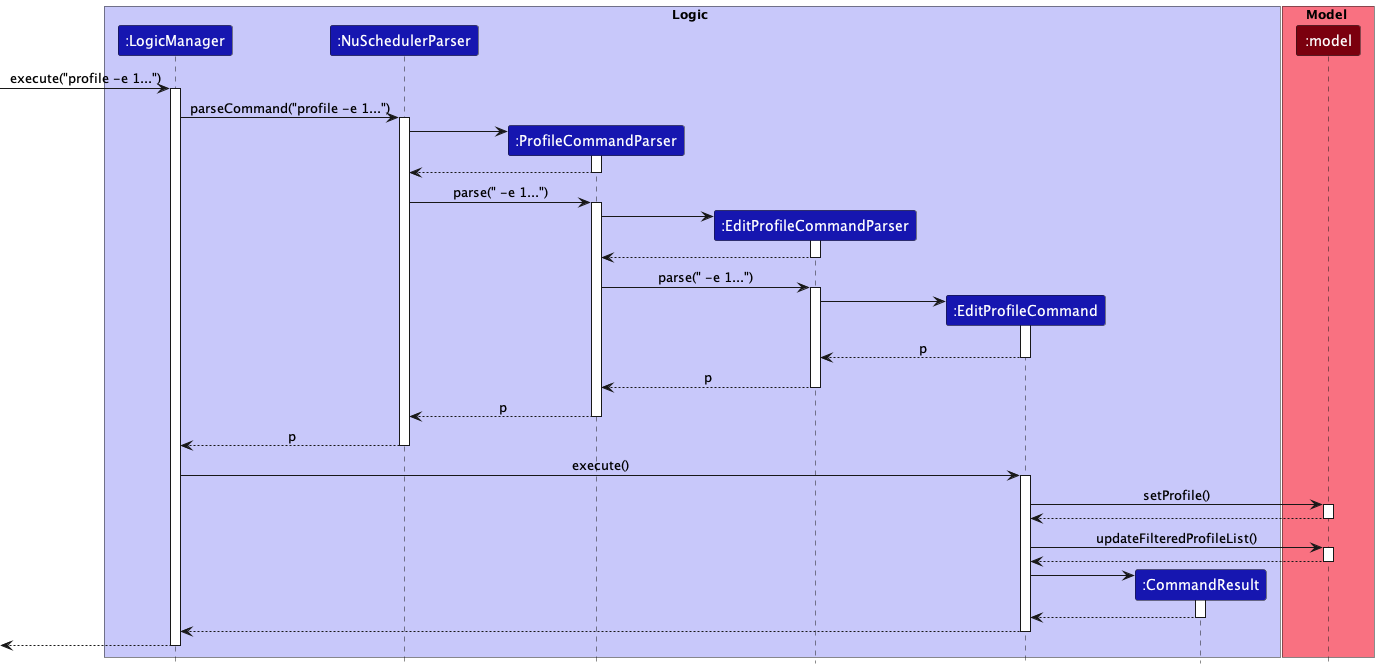
Above: docs/images/commands/EditProfileCommandSequenceDiagram.png in nus-cs2103-AY2223S1/tp (PlantUML), before the change.
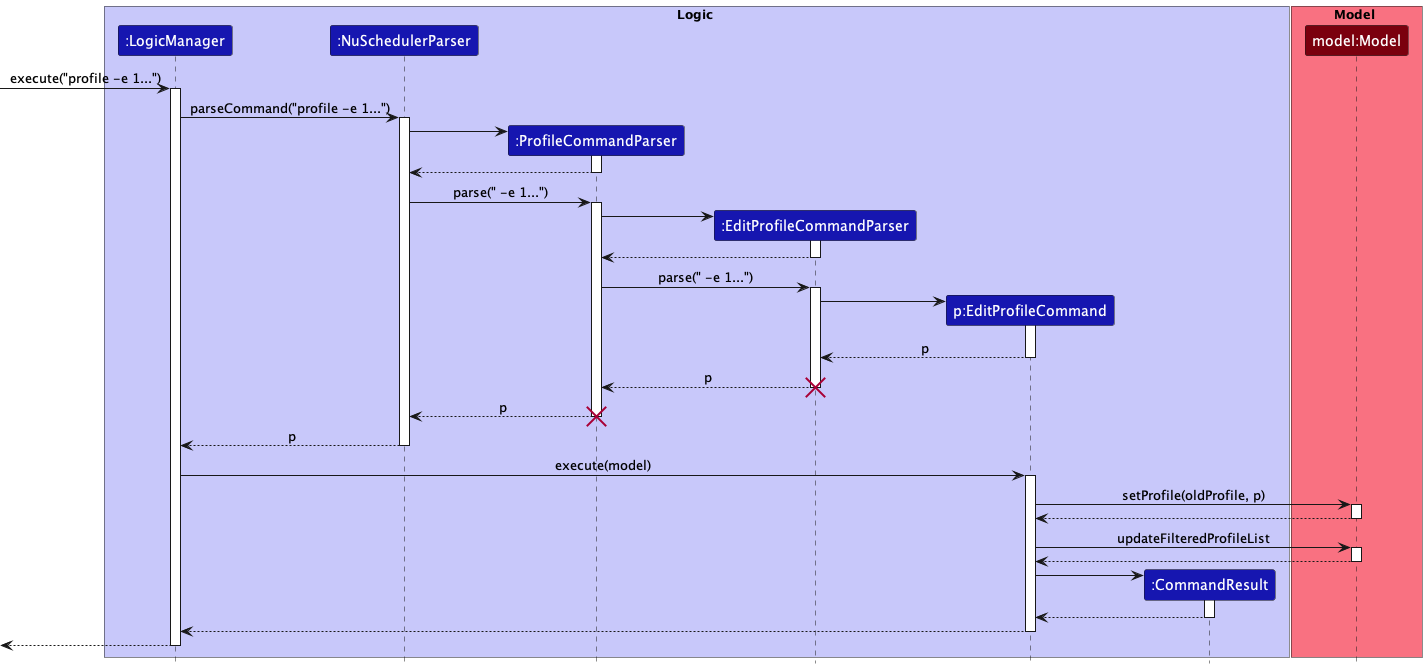
After the change.

Commit message:
Update activity and sequence diagrams

Diff of the diagram source:
```diff
@@ -6,12 +6,12 @@
 Participant ":NuSchedulerParser" as nuSchedulerParser LOGIC_COLOR_T3
 Participant ":ProfileCommandParser" as profileCommandParser LOGIC_COLOR_T3
 Participant ":EditProfileCommandParser" as editProfileCommandParser LOGIC_COLOR_T3
-Participant ":EditProfileCommand" as editProfileCommand LOGIC_COLOR_T3
+Participant "p:EditProfileCommand" as editProfileCommand LOGIC_COLOR_T3
 Participant ":CommandResult" as commandResult LOGIC_COLOR_T3
 endBox
 
 box Model MODEL_COLOR_T1
-Participant ":model" as model MODEL_COLOR_T3
+Participant "model:Model" as model MODEL_COLOR_T3
 endBox
 
 -> logicManager ++: execute("profile -e 1...")
@@ -31,13 +31,15 @@
 editProfileCommandParser -> editProfileCommand ++
 return p
 return p
+destroy editProfileCommandParser
 return p
+destroy profileCommandParser
 return p
 
-logicManager -> editProfileCommand ++: execute()
-editProfileCommand -> model ++: setProfile()
+logicManager -> editProfileCommand ++: execute(model)
+editProfileCommand -> model ++: setProfile(oldProfile, p)
 return
-editProfileCommand -> model ++: updateFilteredProfileList()
+editProfileCommand -> model ++: updateFilteredProfileList
 return
 
 create commandResult
```
